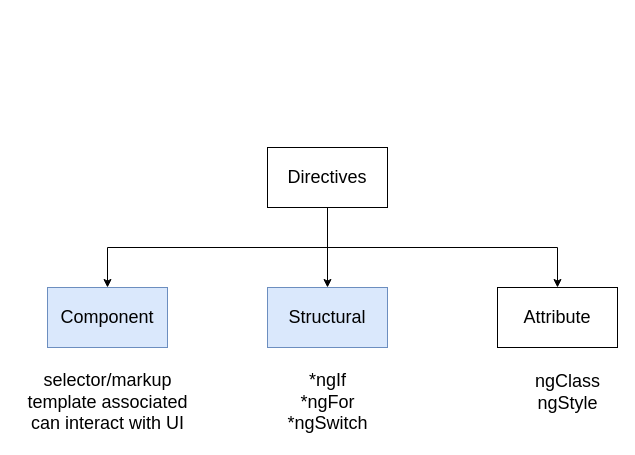
This is page "Page-9" (8 of 20) of full-diagrams.drawio from synergy2411/citiustech-sept21, a draw.io file, before an edit. Source tidied: cells renumbered, new cells numbered last; positions are measured from the earlier drawing's top-left corner, leaving out a move shared by most shapes. Both pictures are drawn from the tidied source at 100%, with x=0, y=0 at pixel (17, 147).
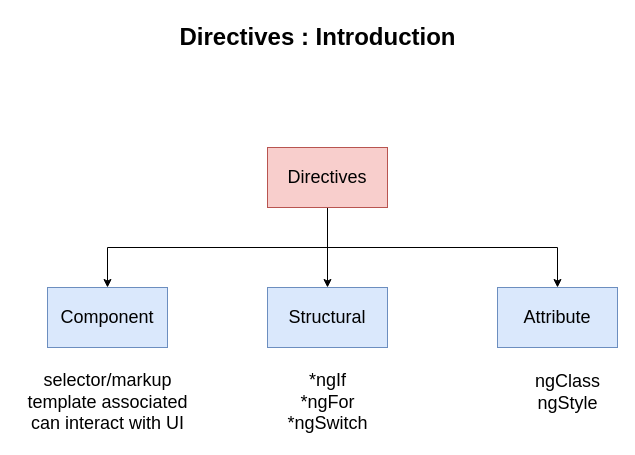
The same diagram, later.

The edit, as a diff of the source:
```diff
@@
 <mxGraphModel>
   <root>
     <mxCell id="0" />
     <mxCell id="1" parent="0" />
     <mxCell id="2" style="edgeStyle=orthogonalEdgeStyle;rounded=0;jettySize=auto;html=1;fontSize=18;" parent="1" edge="1" source="5" target="6">
       <mxGeometry relative="1" as="geometry" />
     </mxCell>
     <mxCell id="3" style="edgeStyle=orthogonalEdgeStyle;rounded=0;jettySize=auto;html=1;exitX=0.5;exitY=1;exitDx=0;exitDy=0;fontSize=18;" parent="1" edge="1" source="5" target="7">
       <mxGeometry relative="1" as="geometry" />
     </mxCell>
     <mxCell id="4" style="edgeStyle=orthogonalEdgeStyle;rounded=0;jettySize=auto;html=1;exitX=0.5;exitY=1;exitDx=0;exitDy=0;entryX=0.5;entryY=0;entryDx=0;entryDy=0;fontSize=18;" parent="1" edge="1" source="5" target="8">
       <mxGeometry relative="1" as="geometry" />
     </mxCell>
-    <mxCell id="5" value="Directives" style="rounded=0;whiteSpace=wrap;html=1;fontSize=18;" parent="1" vertex="1">
+    <mxCell id="5" value="Directives" style="rounded=0;whiteSpace=wrap;html=1;fontSize=18;fillColor=#f8cecc;strokeColor=#b85450;" parent="1" vertex="1">
       <mxGeometry x="250" width="120" height="60" as="geometry" />
     </mxCell>
     <mxCell id="6" value="Structural" style="rounded=0;whiteSpace=wrap;html=1;fontSize=18;fillColor=#dae8fc;strokeColor=#6c8ebf;" parent="1" vertex="1">
       <mxGeometry x="250" y="140" width="120" height="60" as="geometry" />
     </mxCell>
     <mxCell id="7" value="Component" style="rounded=0;whiteSpace=wrap;html=1;fontSize=18;fillColor=#dae8fc;strokeColor=#6c8ebf;" parent="1" vertex="1">
       <mxGeometry x="30" y="140" width="120" height="60" as="geometry" />
     </mxCell>
-    <mxCell id="8" value="Attribute" style="rounded=0;whiteSpace=wrap;html=1;fontSize=18;" parent="1" vertex="1">
+    <mxCell id="8" value="Attribute" style="rounded=0;whiteSpace=wrap;html=1;fontSize=18;fillColor=#dae8fc;strokeColor=#6c8ebf;" parent="1" vertex="1">
       <mxGeometry x="480" y="140" width="120" height="60" as="geometry" />
     </mxCell>
     <mxCell id="9" value="selector/markup&lt;br&gt;template associated&lt;br&gt;can interact with UI" style="text;html=1;align=center;verticalAlign=middle;strokeColor=none;fillColor=none;fontSize=18;" parent="1" vertex="1">
       <mxGeometry y="220" width="180" height="70" as="geometry" />
     </mxCell>
     <mxCell id="10" value="*ngIf&lt;br&gt;*ngFor&lt;br&gt;*ngSwitch" style="text;html=1;align=center;verticalAlign=middle;strokeColor=none;fillColor=none;fontSize=18;" parent="1" vertex="1">
       <mxGeometry x="260" y="220" width="100" height="70" as="geometry" />
     </mxCell>
     <mxCell id="11" value="ngClass&lt;br&gt;ngStyle" style="text;html=1;align=center;verticalAlign=middle;strokeColor=none;fillColor=none;fontSize=18;" parent="1" vertex="1">
       <mxGeometry x="510" y="220" width="80" height="50" as="geometry" />
     </mxCell>
+    <mxCell id="12" value="Directives : Introduction" style="text;strokeColor=none;fillColor=none;html=1;fontSize=24;fontStyle=1;verticalAlign=middle;align=center;" parent="1" vertex="1">
+      <mxGeometry x="250" y="-130" width="100" height="40" as="geometry" />
+    </mxCell>
   </root>
 </mxGraphModel>
```
